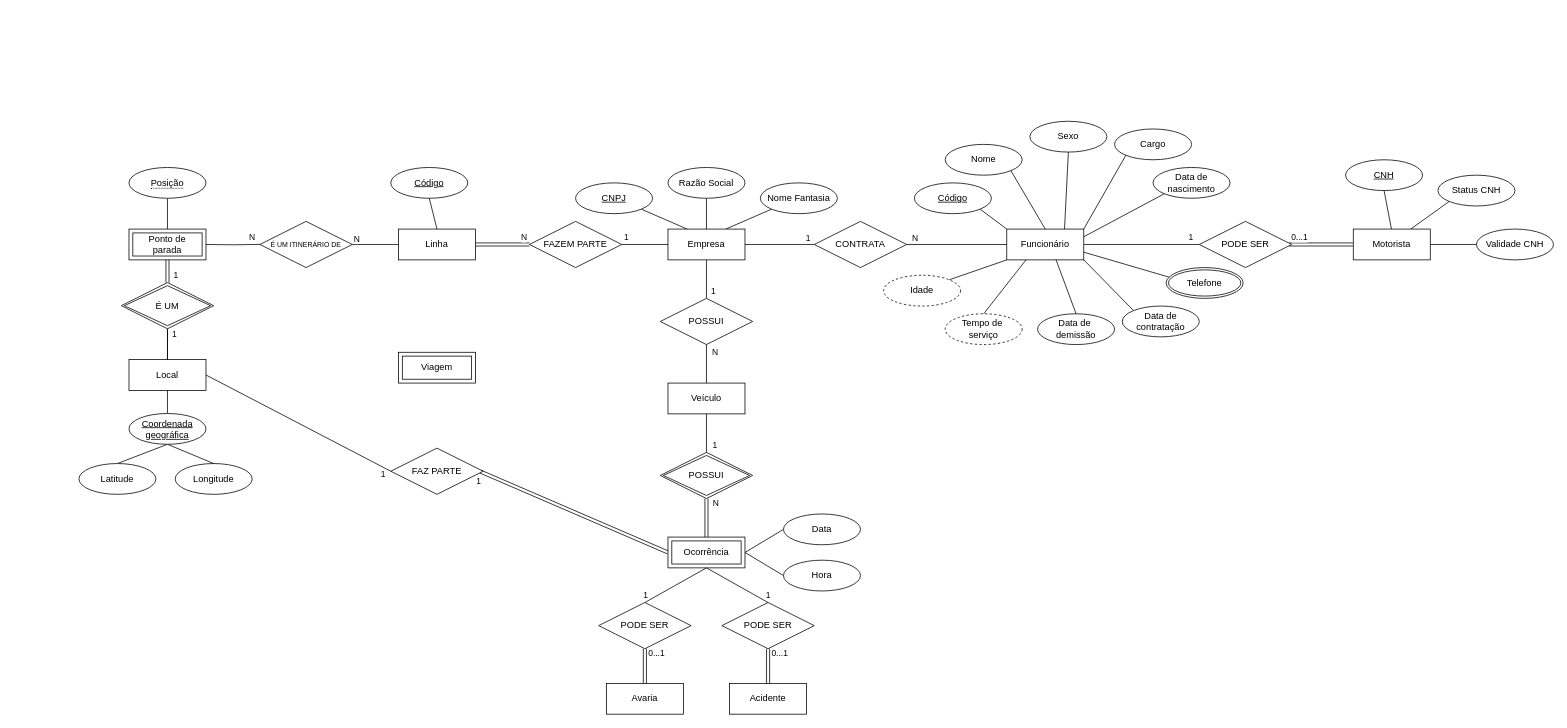
The draw.io diagram drawio/conceptual_model.drawio in gscolombo/Projeto---BD, before the edit. Source tidied: cells renumbered, new cells numbered last; positions are measured from the earlier drawing's top-left corner, leaving out a move shared by most shapes. Both pictures are drawn from the tidied source at 77%, with x=0, y=0 at pixel (79, 121).
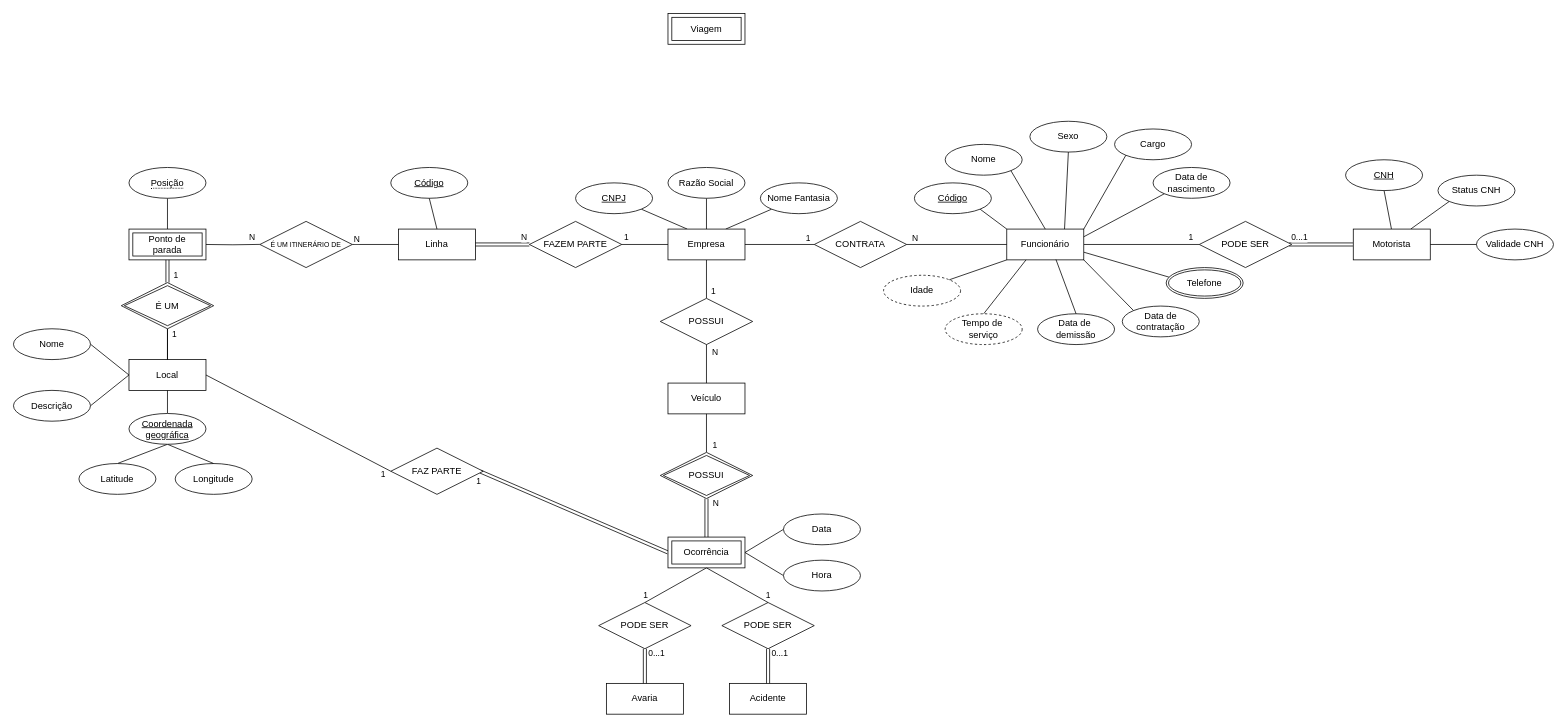
The same page after the edit.

Commit message:
Inclusão de atributos "nome" e "descrição" em entidade "Local"

Unchanged cells that the change refers to:
```xml
<mxCell id="19" value="Local" style="whiteSpace=wrap;html=1;align=center;" parent="1" vertex="1">
  <mxGeometry x="65" y="309.5" width="100" height="40" as="geometry" />
</mxCell>
```

Change to the diagram source:
```diff
@@
+    <mxCell id="111" style="rounded=0;jettySize=auto;html=1;exitX=0;exitY=0.5;exitDx=0;exitDy=0;entryX=1;entryY=0.5;entryDx=0;entryDy=0;endArrow=none;endFill=0;" parent="1" edge="1" source="19" target="113">
+      <mxGeometry relative="1" as="geometry" />
+    </mxCell>
+    <mxCell id="112" style="rounded=0;jettySize=auto;html=1;exitX=0;exitY=0.5;exitDx=0;exitDy=0;entryX=1;entryY=0.5;entryDx=0;entryDy=0;endArrow=none;endFill=0;" parent="1" edge="1" source="19" target="114">
+      <mxGeometry relative="1" as="geometry" />
+    </mxCell>
@@
     <mxCell id="20" value="Viagem" style="shape=ext;margin=3;double=1;whiteSpace=wrap;html=1;align=center;" parent="1" vertex="1">
-      <mxGeometry x="415" y="300" width="100" height="40" as="geometry" />
+      <mxGeometry x="765" y="-140" width="100" height="40" as="geometry" />
     </mxCell>
@@
+    <mxCell id="113" value="Nome" style="ellipse;whiteSpace=wrap;html=1;align=center;fontStyle=0;" parent="1" vertex="1">
+      <mxGeometry x="-85" y="269.5" width="100" height="40" as="geometry" />
+    </mxCell>
+    <mxCell id="114" value="Descrição" style="ellipse;whiteSpace=wrap;html=1;align=center;fontStyle=0;" parent="1" vertex="1">
+      <mxGeometry x="-85" y="349.5" width="100" height="40" as="geometry" />
+    </mxCell>
```
